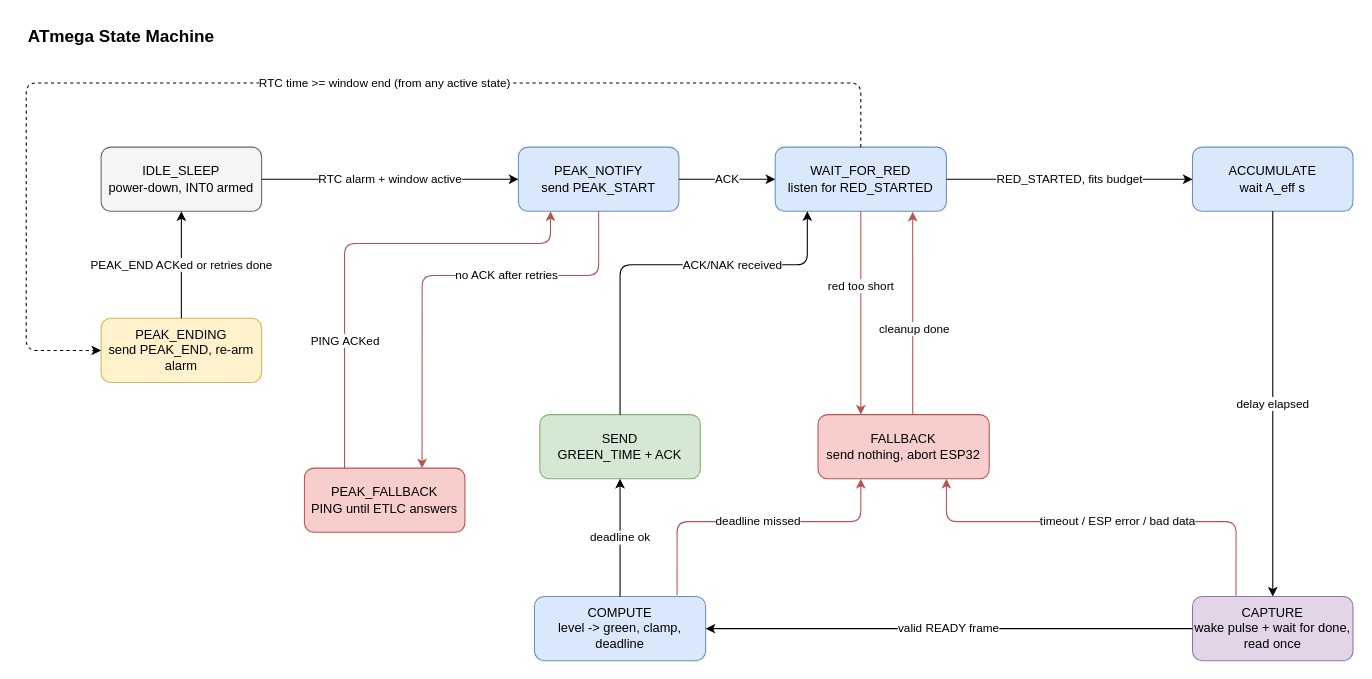
Earlier version of the draw.io diagram page "4 ATmega state machine" (4 of 13) of ATMEGA_firmware/docs/TLC_firmware_architecture_final.drawio (ChandupaDineshara/Vision_Based_Adaptive_Traffic_Light_Controller_System). Source tidied: cells renumbered, new cells numbered last; positions are measured from the earlier drawing's top-left corner, leaving out a move shared by most shapes. Both pictures are drawn from the tidied source at 107%, with x=0, y=0 at pixel (26, 18).
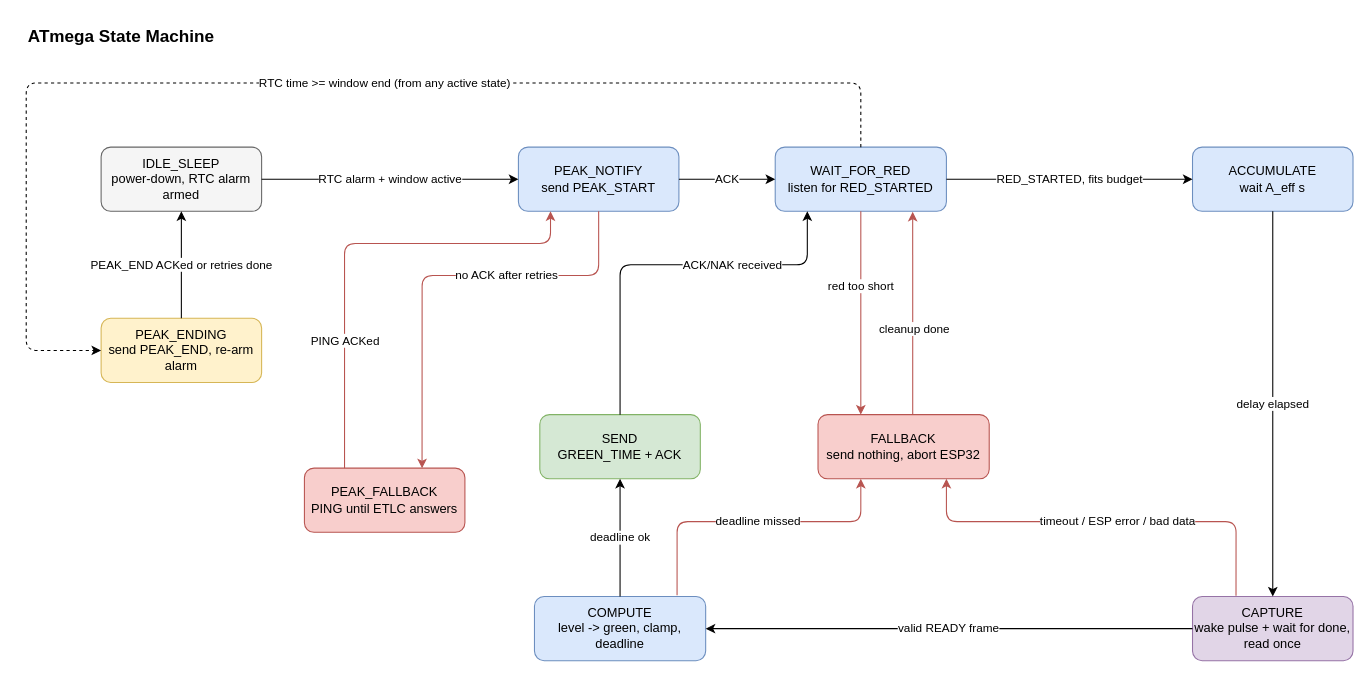
After the change.

Change to the diagram source:
```diff
@@
-    <mxCell id="2" value="IDLE_SLEEP&lt;br&gt;power-down, INT0 armed" style="rounded=1;whiteSpace=wrap;html=1;fillColor=#f5f5f5;strokeColor=#666666;" parent="1" vertex="1">
+    <mxCell id="2" value="IDLE_SLEEP&lt;br&gt;power-down, RTC alarm armed" style="rounded=1;whiteSpace=wrap;html=1;fillColor=#f5f5f5;strokeColor=#666666;" parent="1" vertex="1">
       <mxGeometry x="70" y="120" width="150" height="60" as="geometry" />
     </mxCell>
```
